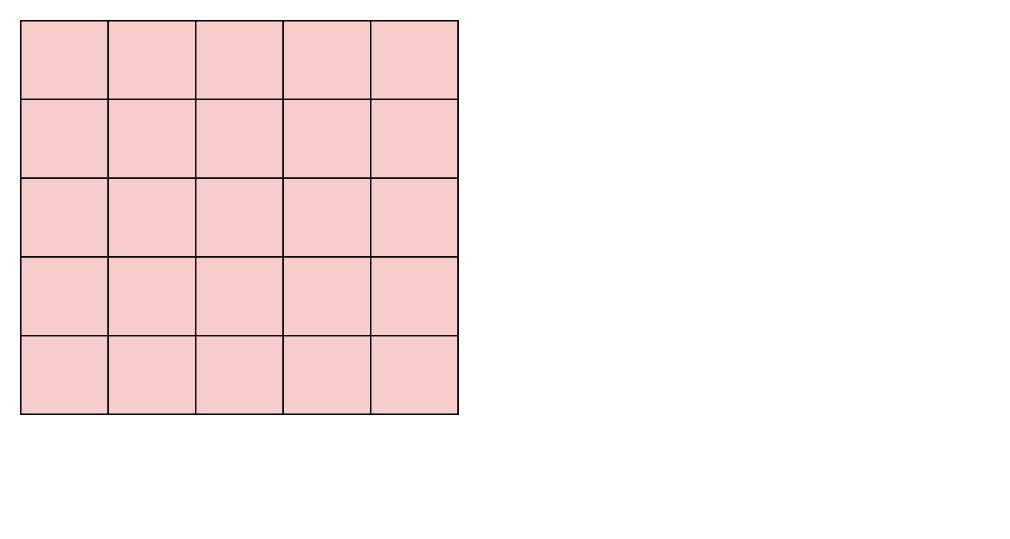
The draw.io diagram link.drawio in imzoer/imzoer.github.io, before the edit. Source tidied: cells renumbered, new cells numbered last; positions are measured from the earlier drawing's top-left corner, leaving out a move shared by most shapes. Both pictures are drawn from the tidied source at 125%, with x=0, y=0 at pixel (20, 20).
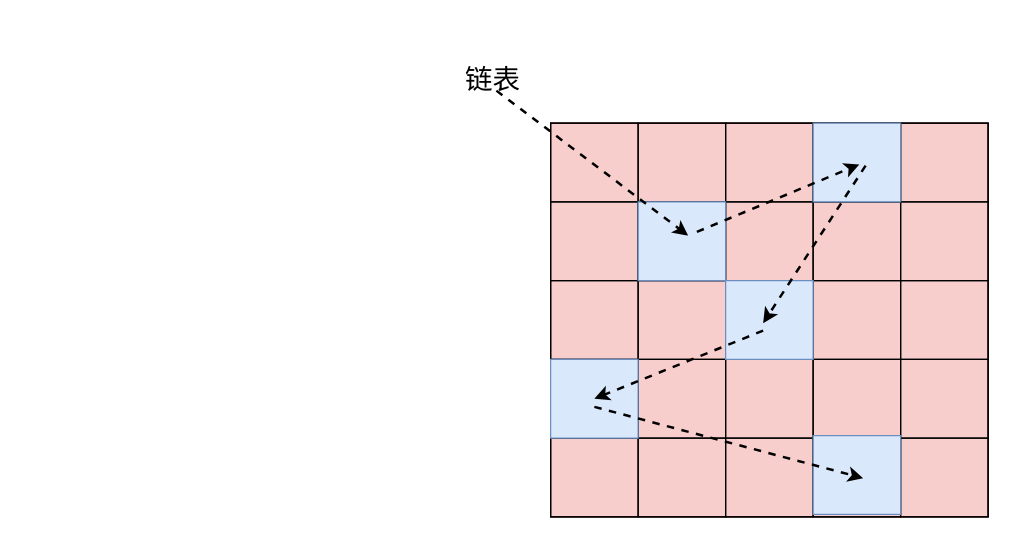
The same diagram, later.

The edit, as a diff of the source:
```diff
@@
+    <mxCell id="13" value="&lt;font style=&quot;font-size: 22px&quot;&gt;链表&lt;/font&gt;" style="text;html=1;points=[];align=left;verticalAlign=top;spacingTop=-4;fillColor=#ffffff;" parent="1" vertex="1">
+      <mxGeometry x="354" y="32" width="60" height="20" as="geometry" />
+    </mxCell>
+    <mxCell id="14" style="group;" parent="1" vertex="1">
+      <mxGeometry x="424" y="82" width="350" height="315" as="geometry" />
+    </mxCell>
-    <mxCell id="2" style="group;fillColor=#f8cecc;strokeColor=#b85450;" parent="1" vertex="1">
+    <mxCell id="2" style="group;fillColor=#f8cecc;strokeColor=#b85450;" parent="14" vertex="1">
       <mxGeometry width="350" height="315" as="geometry" />
     </mxCell>
@@
+    <mxCell id="15" style="whiteSpace=wrap;html=1;fillColor=#dae8fc;strokeColor=#6c8ebf;" parent="2" vertex="1">
+      <mxGeometry x="70" y="63" width="70" height="63" as="geometry" />
+    </mxCell>
+    <mxCell id="16" style="endArrow=classic;html=1;dashed=1;strokeWidth=2;exitX=0.444;exitY=1.2;exitDx=0;exitDy=0;exitPerimeter=0;" parent="2" edge="1" source="13">
+      <mxGeometry relative="1" as="geometry">
+        <mxPoint x="110" y="90" as="targetPoint" />
+      </mxGeometry>
+    </mxCell>
+    <mxCell id="17" style="whiteSpace=wrap;html=1;fillColor=#dae8fc;strokeColor=#6c8ebf;" parent="2" vertex="1">
+      <mxGeometry x="210" width="70" height="63" as="geometry" />
+    </mxCell>
+    <mxCell id="18" style="whiteSpace=wrap;html=1;fillColor=#dae8fc;strokeColor=#6c8ebf;" parent="2" vertex="1">
+      <mxGeometry x="140" y="126" width="70" height="63" as="geometry" />
+    </mxCell>
+    <mxCell id="19" style="whiteSpace=wrap;html=1;fillColor=#dae8fc;strokeColor=#6c8ebf;" parent="2" vertex="1">
+      <mxGeometry y="189" width="70" height="63" as="geometry" />
+    </mxCell>
+    <mxCell id="20" style="whiteSpace=wrap;html=1;fillColor=#dae8fc;strokeColor=#6c8ebf;" parent="2" vertex="1">
+      <mxGeometry x="210" y="250" width="70" height="63" as="geometry" />
+    </mxCell>
+    <mxCell id="21" style="endArrow=classic;html=1;dashed=1;strokeWidth=2;" parent="2" edge="1">
+      <mxGeometry relative="1" as="geometry">
+        <mxPoint x="117" y="87" as="sourcePoint" />
+        <mxPoint x="247" y="33" as="targetPoint" />
+      </mxGeometry>
+    </mxCell>
+    <mxCell id="22" style="endArrow=classic;html=1;dashed=1;strokeWidth=2;" parent="2" edge="1">
+      <mxGeometry relative="1" as="geometry">
+        <mxPoint x="252" y="34" as="sourcePoint" />
+        <mxPoint x="170" y="160" as="targetPoint" />
+      </mxGeometry>
+    </mxCell>
+    <mxCell id="23" style="endArrow=classic;html=1;dashed=1;strokeWidth=2;" parent="2" edge="1">
+      <mxGeometry relative="1" as="geometry">
+        <mxPoint x="170" y="166" as="sourcePoint" />
+        <mxPoint x="35" y="220.5" as="targetPoint" />
+      </mxGeometry>
+    </mxCell>
+    <mxCell id="24" style="endArrow=classic;html=1;dashed=1;strokeWidth=2;" parent="2" edge="1">
+      <mxGeometry relative="1" as="geometry">
+        <mxPoint x="35" y="227" as="sourcePoint" />
+        <mxPoint x="250" y="284" as="targetPoint" />
+      </mxGeometry>
+    </mxCell>
```
